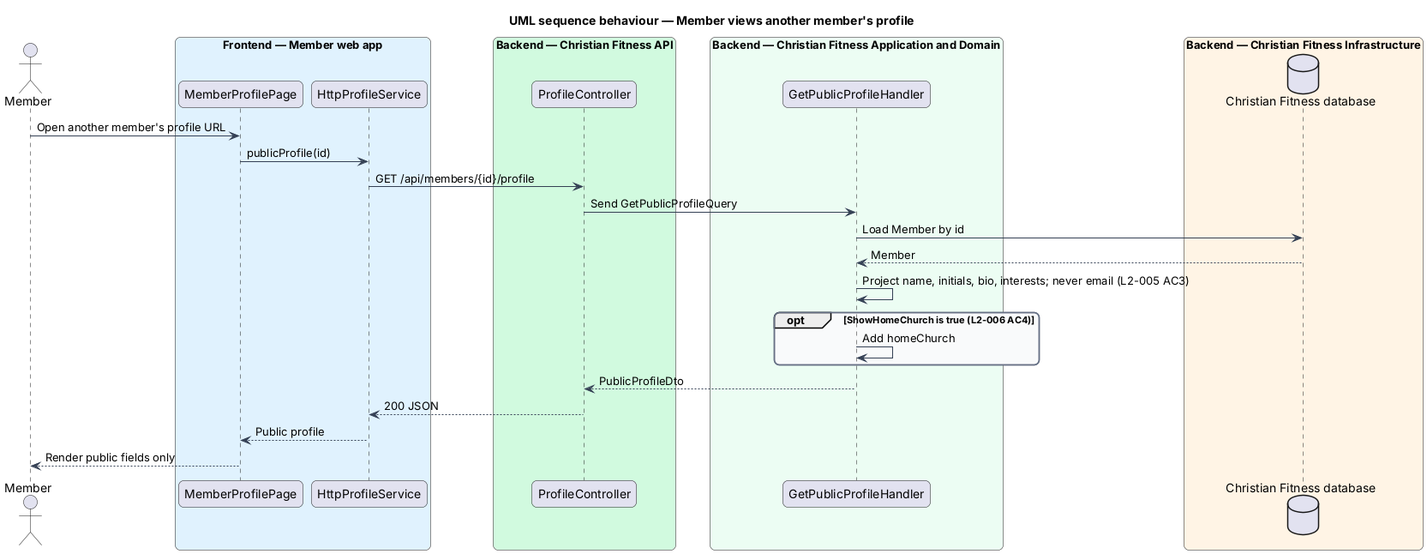
Above: docs/detailed-designs/member-profile/view-profile/diagrams/sequence-view-member-profile.png in QuinntyneBrown/christian-fitness (PlantUML), before the change. Its source is kept beside it as docs/detailed-designs/member-profile/view-profile/diagrams/sequence-view-member-profile.puml. The source it was exported from:
```plantuml
@startuml
title UML sequence behaviour — Member views another member's profile
skinparam backgroundColor #FFFFFF
skinparam shadowing false
skinparam roundcorner 12
skinparam defaultFontName Arial
skinparam ArrowColor #344054
skinparam rectangle {
  BorderColor #344054
  FontColor #101828
}
skinparam package {
  BorderColor #667085
  FontColor #101828
  BackgroundColor #F9FAFB
}
actor "Member" as actor
box "Frontend — Member web app" #E0F2FE
  participant "MemberProfilePage" as page
  participant "HttpProfileService" as client
end box
box "Backend — Christian Fitness API" #D1FADF
  participant "ProfileController" as ctrl
end box
box "Backend — Christian Fitness Application and Domain" #ECFDF3
  participant "GetPublicProfileHandler" as h
end box
box "Backend — Christian Fitness Infrastructure" #FFF4E5
  database "Christian Fitness database" as db
end box
actor -> page : Open another member's profile URL
page -> client : publicProfile(id)
client -> ctrl : GET /api/members/{id}/profile
ctrl -> h : Send GetPublicProfileQuery
h -> db : Load Member by id
db --> h : Member
h -> h : Project name, initials, bio, interests; never email (L2-005 AC3)
opt ShowHomeChurch is true (L2-006 AC4)
  h -> h : Add homeChurch
end
h --> ctrl : PublicProfileDto
ctrl --> client : 200 JSON
client --> page : Public profile
page --> actor : Render public fields only
@enduml
```
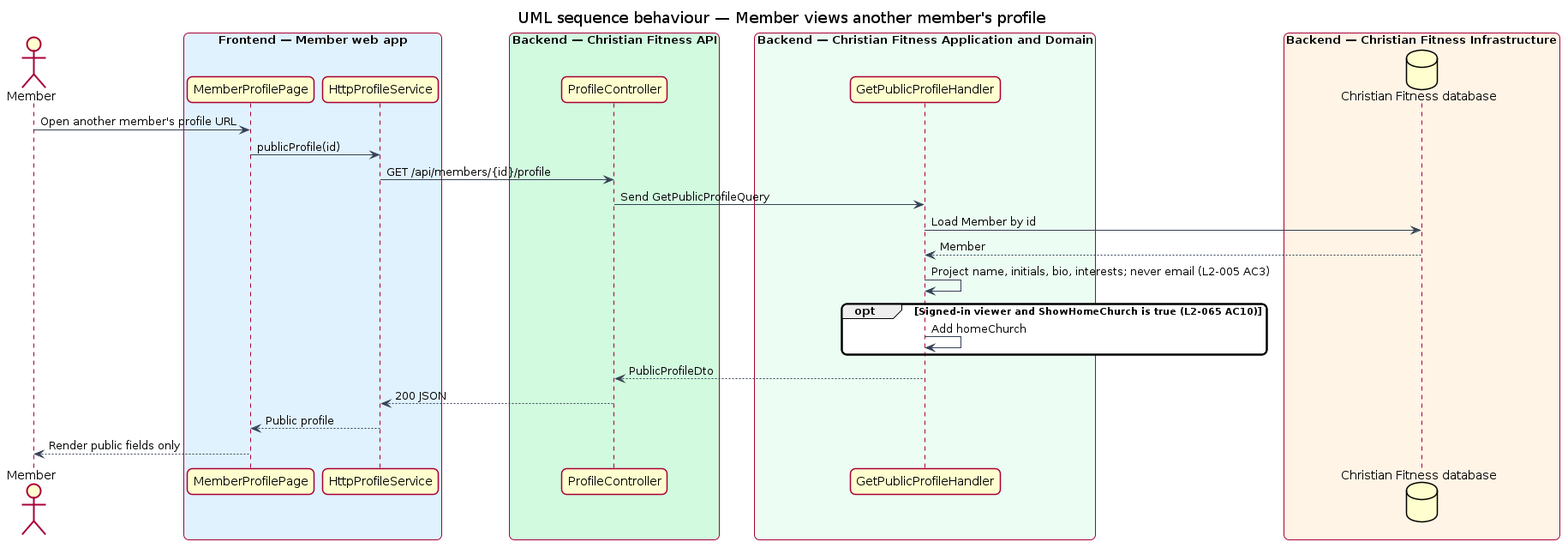
Later version of the same file.

Change to the diagram source:
```diff
@@ -35,7 +35,7 @@
 h -> db : Load Member by id
 db --> h : Member
 h -> h : Project name, initials, bio, interests; never email (L2-005 AC3)
-opt ShowHomeChurch is true (L2-006 AC4)
+opt Signed-in viewer and ShowHomeChurch is true (L2-065 AC10)
   h -> h : Add homeChurch
 end
 h --> ctrl : PublicProfileDto
```
